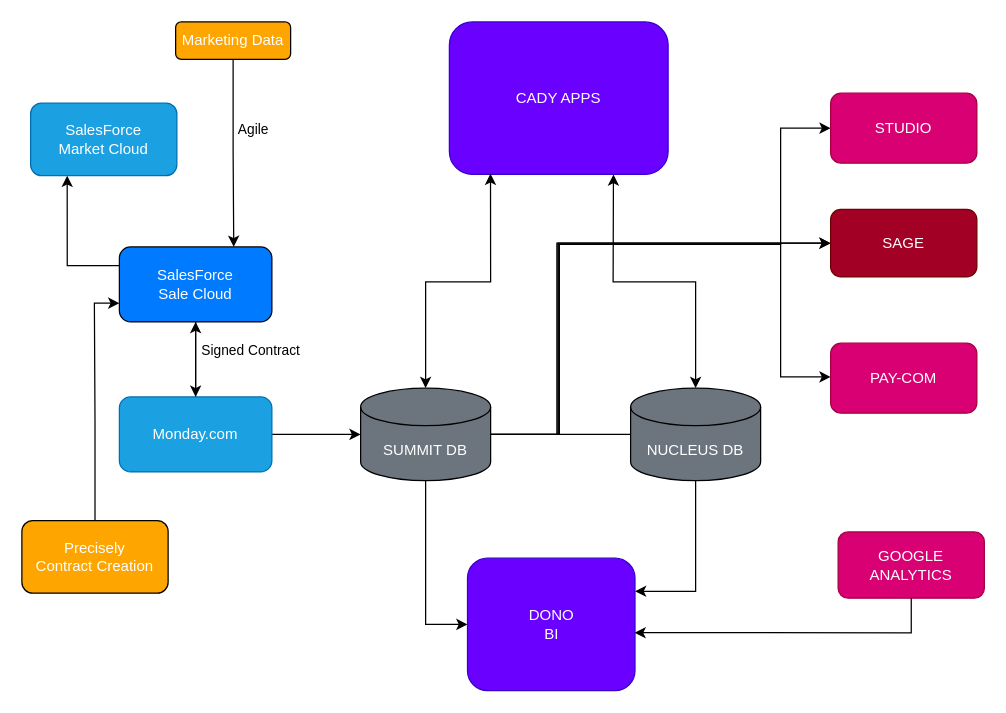
This is page "ALL" (14 of 18) of 11.drawio from ai-next-zen/diagrams, a draw.io file, before an edit. Source tidied: cells renumbered, new cells numbered last; positions are measured from the earlier drawing's top-left corner, leaving out a move shared by most shapes. Both pictures are drawn from the tidied source at 125%, with x=0, y=0 at pixel (-1655, -125).
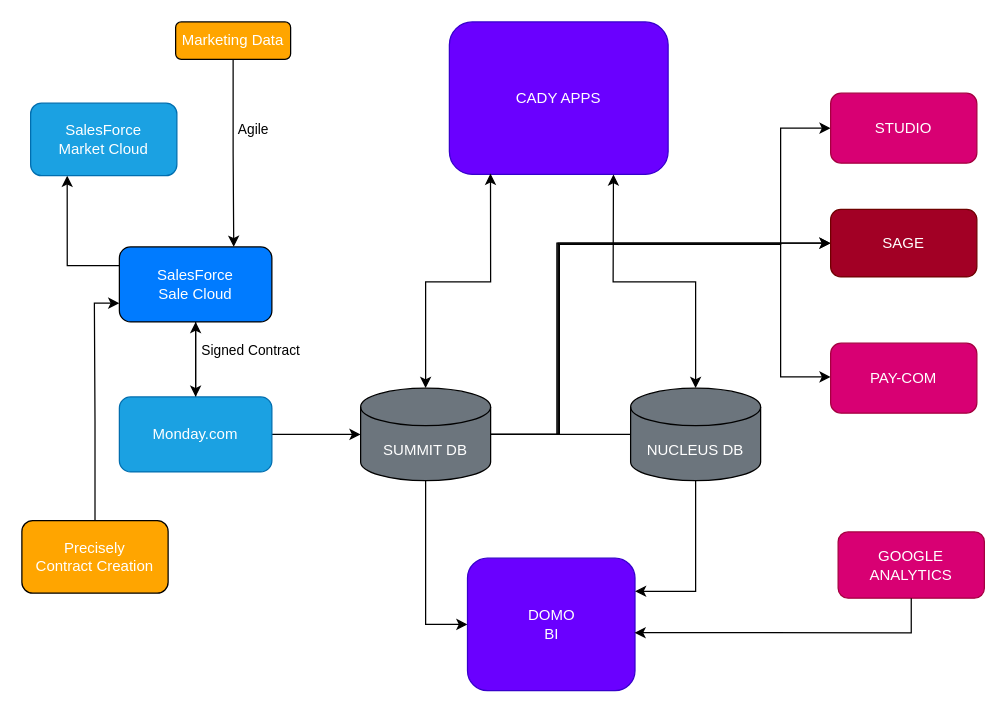
Above is the later version.

Diff of the diagram source:
```diff
@@
-    <mxCell id="26" value="&lt;div&gt;&lt;span&gt;DONO&lt;/span&gt;&lt;/div&gt;&lt;div&gt;&lt;span&gt;BI&lt;/span&gt;&lt;/div&gt;" style="whiteSpace=wrap;html=1;rounded=1;labelBackgroundColor=none;fontStyle=0;strokeColor=#3700CC;align=center;verticalAlign=middle;fontFamily=Helvetica;fontSize=12;fontColor=#ffffff;fillColor=#6a00ff;" parent="1" vertex="1">
+    <mxCell id="26" value="&lt;div&gt;&lt;span&gt;DOMO&lt;/span&gt;&lt;/div&gt;&lt;div&gt;&lt;span&gt;BI&lt;/span&gt;&lt;/div&gt;" style="whiteSpace=wrap;html=1;rounded=1;labelBackgroundColor=none;fontStyle=0;strokeColor=#3700CC;align=center;verticalAlign=middle;fontFamily=Helvetica;fontSize=12;fontColor=#ffffff;fillColor=#6a00ff;" parent="1" vertex="1">
       <mxGeometry x="1697.5" y="546" width="134" height="106" as="geometry" />
     </mxCell>
```
